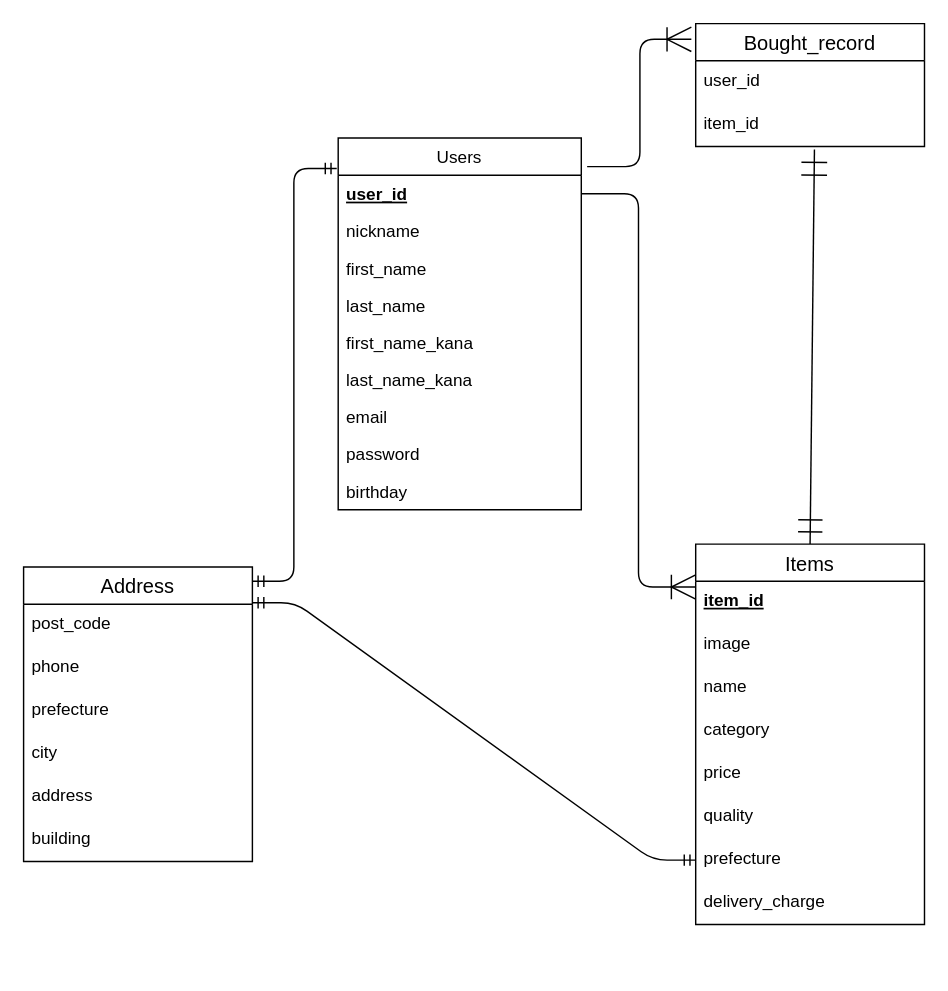
The draw.io diagram furima.dio in ryosuke3455/furima-37573, before the edit. Source tidied: cells renumbered, new cells numbered last; positions are measured from the earlier drawing's top-left corner, leaving out a move shared by most shapes. Both pictures are drawn from the tidied source at 143%, with x=0, y=0 at pixel (23, 23).
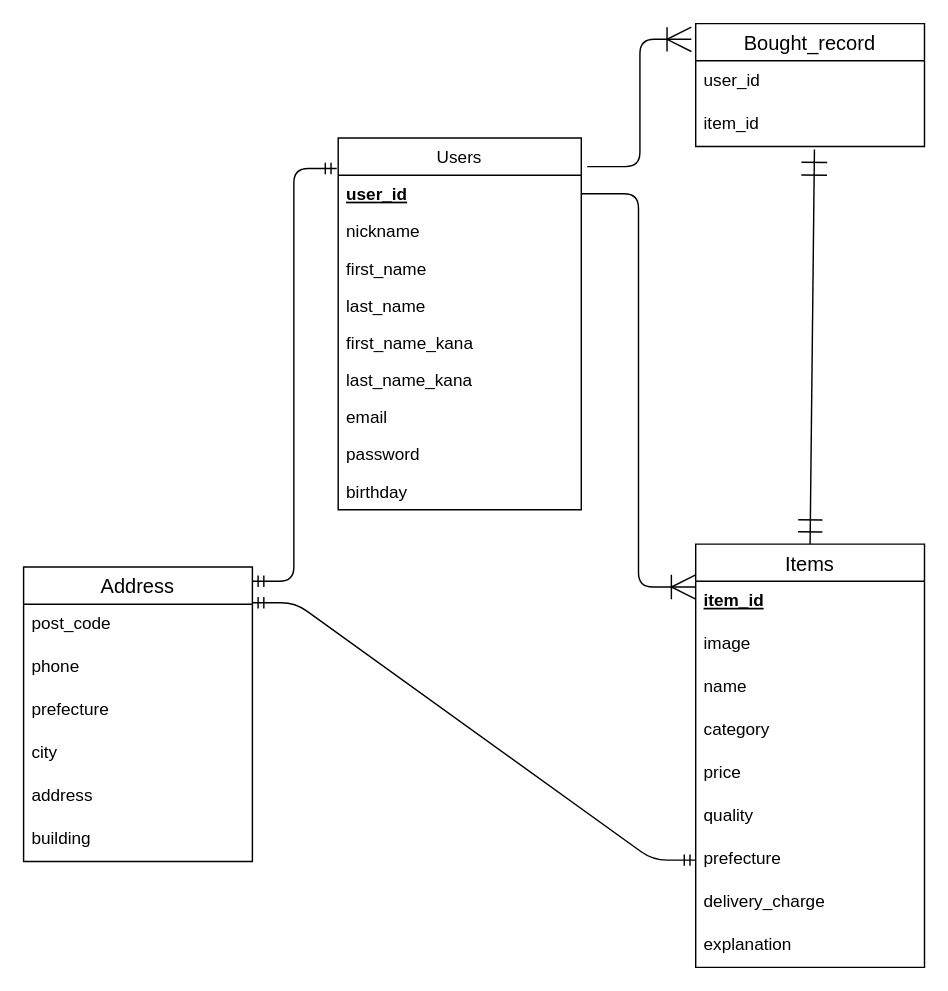
The same page after the edit.

Diff of the diagram source:
```diff
@@
     <mxCell id="12" value="Items" style="swimlane;fontStyle=0;horizontal=1;startSize=26;align=center;fontSize=14;" parent="1" vertex="1">
-      <mxGeometry x="470" y="364" width="160" height="266" as="geometry" />
+      <mxGeometry x="470" y="364" width="160" height="296" as="geometry" />
     </mxCell>
@@
+    <mxCell id="36" value="explanation" style="text;strokeColor=none;fillColor=none;spacingLeft=4;spacingRight=4;overflow=hidden;fontSize=12;" parent="12" vertex="1">
+      <mxGeometry y="266" width="160" height="30" as="geometry" />
+    </mxCell>
```
